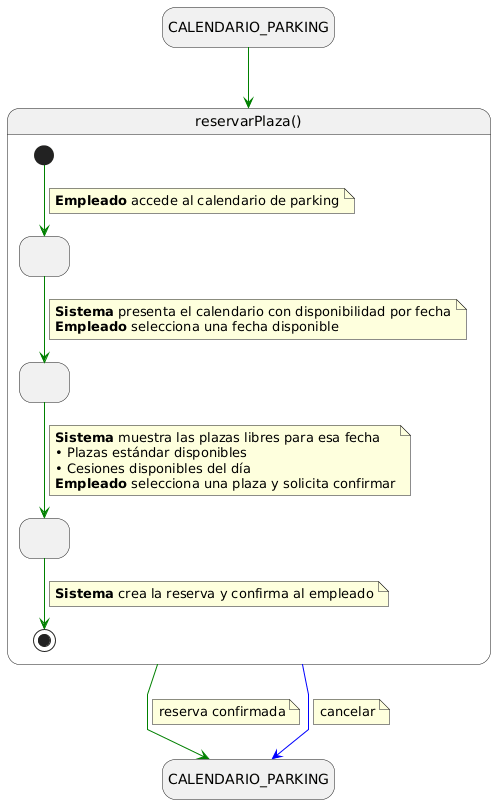
Before: modelosUML/png/cuReservarPlaza.png, a diagram exported from PlantUML (lostal/seven-suite).
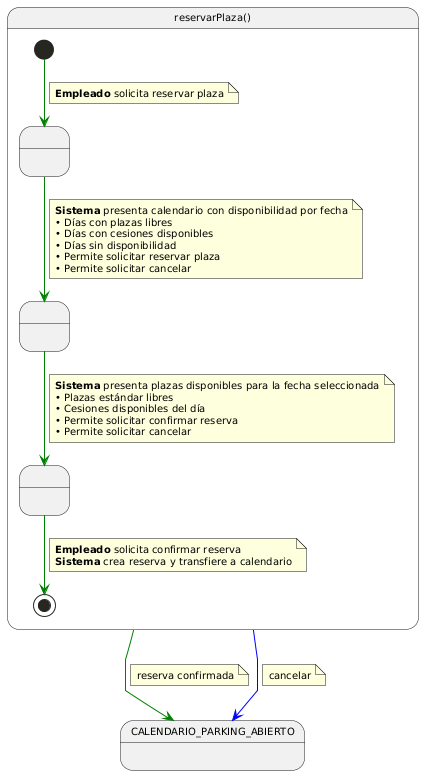
The same diagram one commit later.

Diff of the diagram source:
```diff
@@ -1,51 +1,51 @@
-@startuml cuReservarPlaza
-
+@startuml
 skinparam linetype polyline
-hide empty description
-
-state "CALENDARIO_PARKING" as VistaParkingInicio
-state "CALENDARIO_PARKING" as VistaParkingFin
-
-VistaParkingInicio -[#green]-> reservarPlaza
+skinparam defaultFontName Arial
+skinparam defaultFontSize 10
 
 state reservarPlaza as "reservarPlaza()" {
-  state " " as SeleccionandoFecha
-  state " " as SeleccionandoPlaza
-  state " " as ConfirmandoReserva
+  state " " as SolicitandoPlaza
+  state " " as ProporcionandoDatos
+  state " " as ReservaCreada
 
-  [*] -[#green]-> SeleccionandoFecha
+  [*] -[#green]-> SolicitandoPlaza
   note on link
-    <b>Empleado</b> accede al calendario de parking
+    <b>Empleado</b> solicita reservar plaza
   end note
 
-  SeleccionandoFecha -[#green]-> SeleccionandoPlaza
+  SolicitandoPlaza -[#green]-> ProporcionandoDatos
   note on link
-    <b>Sistema</b> presenta el calendario con disponibilidad por fecha
-    <b>Empleado</b> selecciona una fecha disponible
+    <b>Sistema</b> presenta calendario con disponibilidad por fecha
+    • Días con plazas libres
+    • Días con cesiones disponibles
+    • Días sin disponibilidad
+    • Permite solicitar reservar plaza
+    • Permite solicitar cancelar
   end note
 
-  SeleccionandoPlaza -[#green]-> ConfirmandoReserva
+  ProporcionandoDatos -[#green]-> ReservaCreada
   note on link
-    <b>Sistema</b> muestra las plazas libres para esa fecha
-    • Plazas estándar disponibles
+    <b>Sistema</b> presenta plazas disponibles para la fecha seleccionada
+    • Plazas estándar libres
     • Cesiones disponibles del día
-    <b>Empleado</b> selecciona una plaza y solicita confirmar
+    • Permite solicitar confirmar reserva
+    • Permite solicitar cancelar
   end note
 
-  ConfirmandoReserva -[#green]-> [*]
+  ReservaCreada -[#green]-> [*]
   note on link
-    <b>Sistema</b> crea la reserva y confirma al empleado
+    <b>Empleado</b> solicita confirmar reserva
+    <b>Sistema</b> crea reserva y transfiere a calendario
   end note
 }
 
-reservarPlaza -[#green]-> VistaParkingFin
+reservarPlaza -[#green]-> CALENDARIO_PARKING_ABIERTO
 note on link
   reserva confirmada
 end note
 
-reservarPlaza -[#blue]-> VistaParkingFin
+reservarPlaza -[#blue]-> CALENDARIO_PARKING_ABIERTO
 note on link
   cancelar
 end note
-
 @enduml
```
